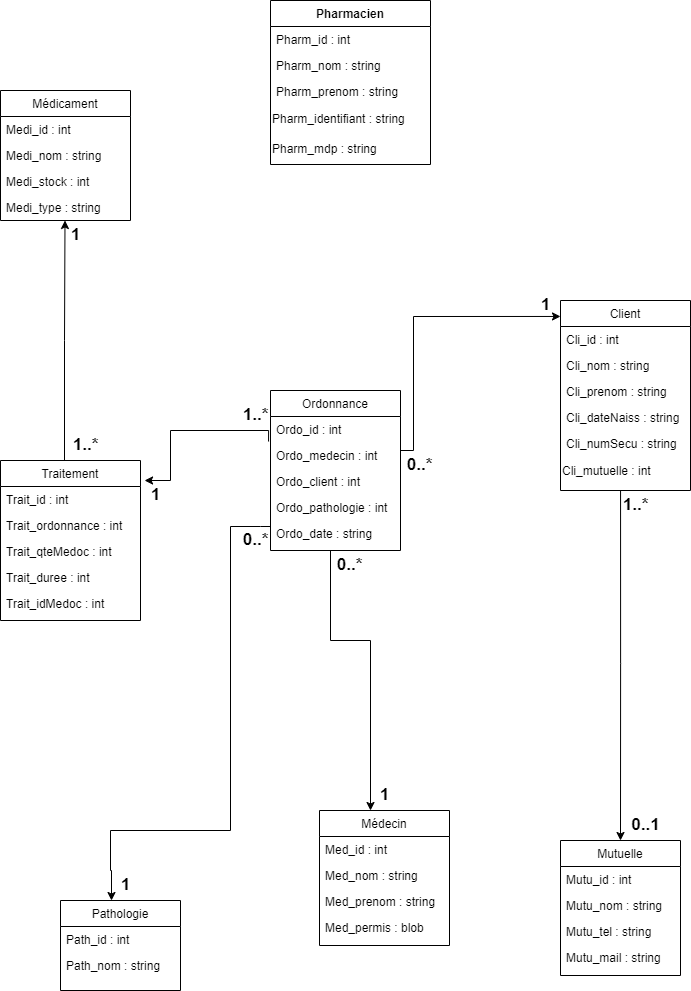
Alessia38/PharmacieSAUTHEUZ keeps this draw.io diagram as diagramme/Diagramme_de_classes_UML.png. Above is the earlier version. Source tidied: cells renumbered, new cells last; positions are measured from the earlier drawing's top-left corner, leaving out a move shared by most shapes.
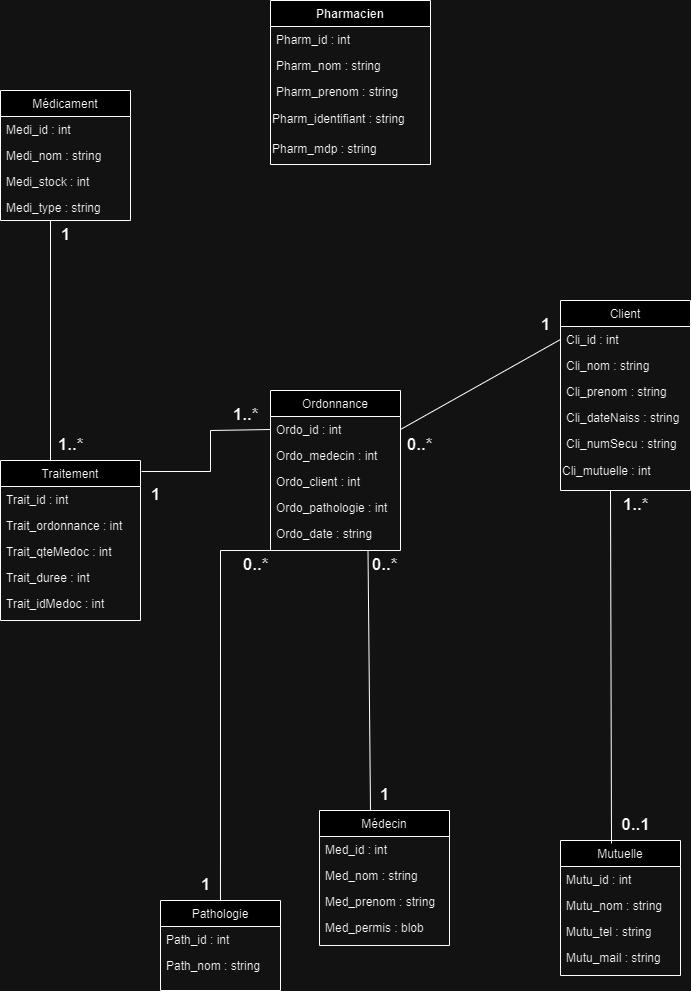
After the commit.

The edit, as a diff of the source:
```diff
@@ -59,14 +59,6 @@
     <mxCell id="20" value="Ordo_date : string" style="text;align=left;verticalAlign=top;spacingLeft=4;spacingRight=4;overflow=hidden;points=[[0,0.5],[1,0.5]];portConstraint=eastwest;rounded=0;shadow=0;html=0;" parent="15" vertex="1">
       <mxGeometry y="130" width="130" height="26" as="geometry" />
     </mxCell>
-    <mxCell id="21" style="endArrow=classic;html=1;rounded=0;edgeStyle=orthogonalEdgeStyle;entryX=0;entryY=0.084;entryDx=0;entryDy=0;entryPerimeter=0;exitX=1;exitY=0.5;exitDx=0;exitDy=0;" parent="1" edge="1" source="15" target="8">
-      <mxGeometry relative="1" as="geometry">
-        <Array as="points">
-          <mxPoint x="413" y="450" />
-          <mxPoint x="413" y="316" />
-        </Array>
-      </mxGeometry>
-    </mxCell>
     <mxCell id="22" value="Mutuelle" style="swimlane;fontStyle=0;align=center;verticalAlign=top;horizontal=1;startSize=26;rounded=0;shadow=0;strokeWidth=1;" parent="1" vertex="1">
       <mxGeometry x="560" y="840" width="120" height="135" as="geometry" />
     </mxCell>
@@ -82,9 +74,6 @@
     <mxCell id="26" value="Mutu_mail : string" style="text;align=left;verticalAlign=top;spacingLeft=4;spacingRight=4;overflow=hidden;rounded=0;shadow=0;html=0;" parent="22" vertex="1">
       <mxGeometry y="104" width="120" height="26" as="geometry" />
     </mxCell>
-    <mxCell id="27" style="endArrow=classic;html=1;rounded=0;edgeStyle=orthogonalEdgeStyle;exitX=0.462;exitY=1.133;exitDx=0;exitDy=0;exitPerimeter=0;entryX=0.5;entryY=0;entryDx=0;entryDy=0;" parent="1" edge="1" source="14" target="22">
-      <mxGeometry relative="1" as="geometry" />
-    </mxCell>
     <mxCell id="28" value="Médecin" style="swimlane;fontStyle=0;align=center;verticalAlign=top;horizontal=1;startSize=26;rounded=0;shadow=0;strokeWidth=1;" parent="1" vertex="1">
       <mxGeometry x="319" y="810" width="130" height="135" as="geometry" />
     </mxCell>
@@ -100,17 +89,8 @@
     <mxCell id="32" value="Med_permis : blob" style="text;align=left;verticalAlign=top;spacingLeft=4;spacingRight=4;overflow=hidden;rounded=0;shadow=0;html=0;" parent="28" vertex="1">
       <mxGeometry y="104" width="130" height="26" as="geometry" />
     </mxCell>
-    <mxCell id="33" style="endArrow=classic;html=1;rounded=0;edgeStyle=orthogonalEdgeStyle;exitX=0.5;exitY=1;exitDx=0;exitDy=0;" parent="1" edge="1" source="15" target="28">
-      <mxGeometry relative="1" as="geometry">
-        <Array as="points">
-          <mxPoint x="330" y="550" />
-          <mxPoint x="330" y="640" />
-          <mxPoint x="370" y="640" />
-        </Array>
-      </mxGeometry>
-    </mxCell>
     <mxCell id="34" value="Pathologie" style="swimlane;fontStyle=0;align=center;verticalAlign=top;horizontal=1;startSize=26;rounded=0;shadow=0;strokeWidth=1;" parent="1" vertex="1">
-      <mxGeometry x="60" y="900" width="120" height="90" as="geometry" />
+      <mxGeometry x="160" y="900" width="120" height="90" as="geometry" />
     </mxCell>
     <mxCell id="35" value="Path_id : int" style="text;align=left;verticalAlign=top;spacingLeft=4;spacingRight=4;overflow=hidden;" parent="34" vertex="1">
       <mxGeometry y="26" width="120" height="26" as="geometry" />
@@ -118,19 +98,6 @@
     <mxCell id="36" value="Path_nom : string" style="text;align=left;verticalAlign=top;spacingLeft=4;spacingRight=4;overflow=hidden;rounded=0;shadow=0;html=0;" parent="34" vertex="1">
       <mxGeometry y="52" width="120" height="26" as="geometry" />
     </mxCell>
-    <mxCell id="37" style="endArrow=classic;html=1;rounded=0;edgeStyle=orthogonalEdgeStyle;entryX=0.425;entryY=0;entryDx=0;entryDy=0;entryPerimeter=0;" parent="1" edge="1" target="34">
-      <mxGeometry relative="1" as="geometry">
-        <mxPoint x="270" y="526" as="sourcePoint" />
-        <Array as="points">
-          <mxPoint x="260" y="526" />
-          <mxPoint x="230" y="526" />
-          <mxPoint x="230" y="830" />
-          <mxPoint x="110" y="830" />
-          <mxPoint x="110" y="870" />
-          <mxPoint x="111" y="870" />
-        </Array>
-      </mxGeometry>
-    </mxCell>
     <mxCell id="38" value="Médicament" style="swimlane;fontStyle=0;align=center;verticalAlign=top;horizontal=1;startSize=26;rounded=0;shadow=0;strokeWidth=1;" parent="1" vertex="1">
       <mxGeometry y="90" width="130" height="130" as="geometry" />
     </mxCell>
@@ -164,59 +131,75 @@
     <mxCell id="48" value="Trait_idMedoc : int" style="text;align=left;verticalAlign=top;spacingLeft=4;spacingRight=4;overflow=hidden;rounded=0;shadow=0;html=0;" parent="43" vertex="1">
       <mxGeometry y="130" width="140" height="26" as="geometry" />
     </mxCell>
-    <mxCell id="49" style="endArrow=classic;html=1;rounded=0;edgeStyle=orthogonalEdgeStyle;exitX=-0.015;exitY=0.962;exitDx=0;exitDy=0;exitPerimeter=0;entryX=1.029;entryY=0.125;entryDx=0;entryDy=0;entryPerimeter=0;" parent="1" edge="1" source="16" target="43">
-      <mxGeometry relative="1" as="geometry">
-        <Array as="points">
-          <mxPoint x="268" y="430" />
-          <mxPoint x="170" y="430" />
-          <mxPoint x="170" y="480" />
-        </Array>
-      </mxGeometry>
-    </mxCell>
-    <mxCell id="50" style="endArrow=classic;html=1;rounded=0;edgeStyle=orthogonalEdgeStyle;entryX=0.5;entryY=1;entryDx=0;entryDy=0;exitX=0.45;exitY=0;exitDx=0;exitDy=0;exitPerimeter=0;" parent="1" edge="1" source="43">
-      <mxGeometry relative="1" as="geometry">
-        <mxPoint x="64.5" y="220" as="targetPoint" />
-        <Array as="points">
-          <mxPoint x="64" y="460" />
-          <mxPoint x="64" y="340" />
-        </Array>
-      </mxGeometry>
-    </mxCell>
     <mxCell id="51" value="&lt;font style=&quot;vertical-align: inherit; font-size: 17px;&quot;&gt;1&lt;/font&gt;" style="text;align=center;fontStyle=1;verticalAlign=middle;spacingLeft=3;spacingRight=3;strokeColor=none;html=1;" parent="1" vertex="1">
-      <mxGeometry x="40" y="210" width="70" height="50" as="geometry" />
+      <mxGeometry x="30" y="210" width="70" height="50" as="geometry" />
     </mxCell>
     <mxCell id="52" value="&lt;font style=&quot;vertical-align: inherit; font-size: 17px;&quot;&gt;1..*&lt;br&gt;&lt;/font&gt;" style="text;align=center;fontStyle=1;verticalAlign=middle;spacingLeft=3;spacingRight=3;strokeColor=none;html=1;" parent="1" vertex="1">
-      <mxGeometry x="50" y="420" width="70" height="50" as="geometry" />
+      <mxGeometry x="35" y="420" width="70" height="50" as="geometry" />
     </mxCell>
     <mxCell id="53" value="&lt;font style=&quot;vertical-align: inherit; font-size: 17px;&quot;&gt;1&lt;/font&gt;" style="text;align=center;fontStyle=1;verticalAlign=middle;spacingLeft=3;spacingRight=3;strokeColor=none;points=[[0,0.5],[1,0.5]];portConstraint=eastwest;html=1;" parent="1" vertex="1">
       <mxGeometry x="120" y="470" width="70" height="50" as="geometry" />
     </mxCell>
     <mxCell id="54" value="&lt;font style=&quot;vertical-align: inherit; font-size: 17px;&quot;&gt;1..*&lt;/font&gt;" style="text;align=center;fontStyle=1;verticalAlign=middle;spacingLeft=3;spacingRight=3;strokeColor=none;html=1;" parent="1" vertex="1">
-      <mxGeometry x="220" y="390" width="70" height="50" as="geometry" />
+      <mxGeometry x="210" y="390" width="70" height="50" as="geometry" />
     </mxCell>
     <mxCell id="55" value="&lt;font style=&quot;vertical-align: inherit; font-size: 17px;&quot;&gt;0..*&lt;/font&gt;" style="text;align=center;fontStyle=1;verticalAlign=middle;spacingLeft=3;spacingRight=3;strokeColor=none;html=1;" parent="1" vertex="1">
-      <mxGeometry x="384" y="440" width="70" height="50" as="geometry" />
+      <mxGeometry x="384" y="420" width="70" height="50" as="geometry" />
     </mxCell>
     <mxCell id="56" value="&lt;font style=&quot;vertical-align: inherit; font-size: 17px;&quot;&gt;1&lt;/font&gt;" style="text;align=center;fontStyle=1;verticalAlign=middle;spacingLeft=3;spacingRight=3;strokeColor=none;html=1;" parent="1" vertex="1">
-      <mxGeometry x="510" y="280" width="70" height="50" as="geometry" />
+      <mxGeometry x="510" y="300" width="70" height="50" as="geometry" />
     </mxCell>
     <mxCell id="57" value="&lt;font style=&quot;vertical-align: inherit; font-size: 17px;&quot;&gt;1..*&lt;/font&gt;" style="text;align=center;fontStyle=1;verticalAlign=middle;spacingLeft=3;spacingRight=3;strokeColor=none;html=1;" parent="1" vertex="1">
       <mxGeometry x="600" y="480" width="70" height="50" as="geometry" />
     </mxCell>
     <mxCell id="58" value="&lt;font style=&quot;vertical-align: inherit; font-size: 17px;&quot;&gt;0..1&lt;br&gt;&lt;/font&gt;" style="text;align=center;fontStyle=1;verticalAlign=middle;spacingLeft=3;spacingRight=3;strokeColor=none;html=1;" parent="1" vertex="1">
-      <mxGeometry x="610" y="800" width="70" height="50" as="geometry" />
+      <mxGeometry x="600" y="800" width="70" height="50" as="geometry" />
     </mxCell>
     <mxCell id="59" value="&lt;font style=&quot;vertical-align: inherit; font-size: 17px;&quot;&gt;0..*&lt;/font&gt;" style="text;align=center;fontStyle=1;verticalAlign=middle;spacingLeft=3;spacingRight=3;strokeColor=none;html=1;" parent="1" vertex="1">
-      <mxGeometry x="314" y="540" width="70" height="50" as="geometry" />
+      <mxGeometry x="349" y="540" width="70" height="50" as="geometry" />
     </mxCell>
     <mxCell id="60" value="&lt;font style=&quot;vertical-align: inherit; font-size: 17px;&quot;&gt;1&lt;/font&gt;" style="text;align=center;fontStyle=1;verticalAlign=middle;spacingLeft=3;spacingRight=3;strokeColor=none;html=1;" parent="1" vertex="1">
       <mxGeometry x="349" y="770" width="70" height="50" as="geometry" />
     </mxCell>
     <mxCell id="61" value="&lt;font style=&quot;vertical-align: inherit; font-size: 17px;&quot;&gt;0..*&lt;/font&gt;" style="text;align=center;fontStyle=1;verticalAlign=middle;spacingLeft=3;spacingRight=3;strokeColor=none;html=1;" parent="1" vertex="1">
-      <mxGeometry x="220" y="515" width="70" height="50" as="geometry" />
+      <mxGeometry x="220" y="540" width="70" height="50" as="geometry" />
     </mxCell>
     <mxCell id="62" value="&lt;font style=&quot;vertical-align: inherit; font-size: 17px;&quot;&gt;1&lt;/font&gt;" style="text;align=center;fontStyle=1;verticalAlign=middle;spacingLeft=3;spacingRight=3;strokeColor=none;points=[[0,0.5],[1,0.5]];portConstraint=eastwest;html=1;" parent="1" vertex="1">
-      <mxGeometry x="90" y="860" width="70" height="50" as="geometry" />
+      <mxGeometry x="170" y="860" width="70" height="50" as="geometry" />
     </mxCell>
+    <mxCell id="63" style="endArrow=none;html=1;rounded=0;entryX=0.75;entryY=1;entryDx=0;entryDy=0;" parent="1" edge="1" target="15">
+      <mxGeometry relative="1" as="geometry">
+        <mxPoint x="370" y="810" as="sourcePoint" />
+      </mxGeometry>
+    </mxCell>
+    <mxCell id="64" style="endArrow=none;html=1;rounded=0;exitX=0.714;exitY=0.8;exitDx=0;exitDy=0;exitPerimeter=0;entryX=0.008;entryY=1.154;entryDx=0;entryDy=0;entryPerimeter=0;" parent="1" edge="1" source="62" target="20">
+      <mxGeometry relative="1" as="geometry">
+        <Array as="points">
+          <mxPoint x="220" y="550" />
+        </Array>
+      </mxGeometry>
+    </mxCell>
+    <mxCell id="65" style="endArrow=none;html=1;rounded=0;exitX=0.425;exitY=0.022;exitDx=0;exitDy=0;exitPerimeter=0;" parent="1" edge="1" source="22">
+      <mxGeometry relative="1" as="geometry">
+        <mxPoint x="610" y="490" as="targetPoint" />
+      </mxGeometry>
+    </mxCell>
+    <mxCell id="66" style="endArrow=none;html=1;rounded=0;exitX=1;exitY=0.5;exitDx=0;exitDy=0;entryX=0;entryY=0.5;entryDx=0;entryDy=0;" parent="1" edge="1" source="16" target="9">
+      <mxGeometry relative="1" as="geometry" />
+    </mxCell>
+    <mxCell id="67" style="endArrow=none;html=1;rounded=0;exitX=0.3;exitY=0.02;exitDx=0;exitDy=0;exitPerimeter=0;entryX=0;entryY=0.5;entryDx=0;entryDy=0;" parent="1" edge="1" source="53" target="16">
+      <mxGeometry relative="1" as="geometry">
+        <Array as="points">
+          <mxPoint x="210" y="471" />
+          <mxPoint x="210" y="430" />
+        </Array>
+      </mxGeometry>
+    </mxCell>
+    <mxCell id="68" style="endArrow=none;html=1;rounded=0;" parent="1" edge="1">
+      <mxGeometry relative="1" as="geometry">
+        <mxPoint x="50" y="460" as="sourcePoint" />
+        <mxPoint x="50" y="220" as="targetPoint" />
+      </mxGeometry>
+    </mxCell>
   </root>
 </mxGraphModel>
```
